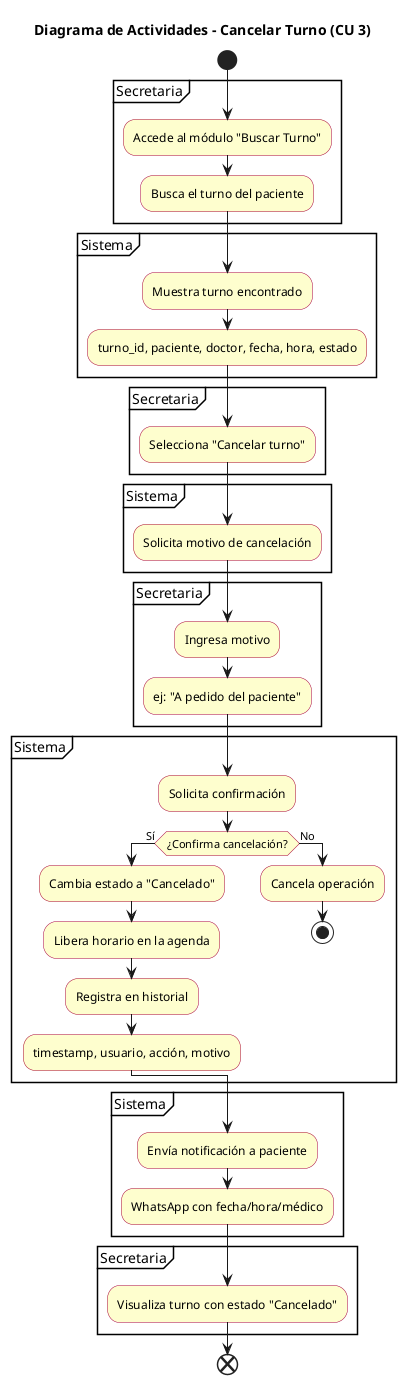
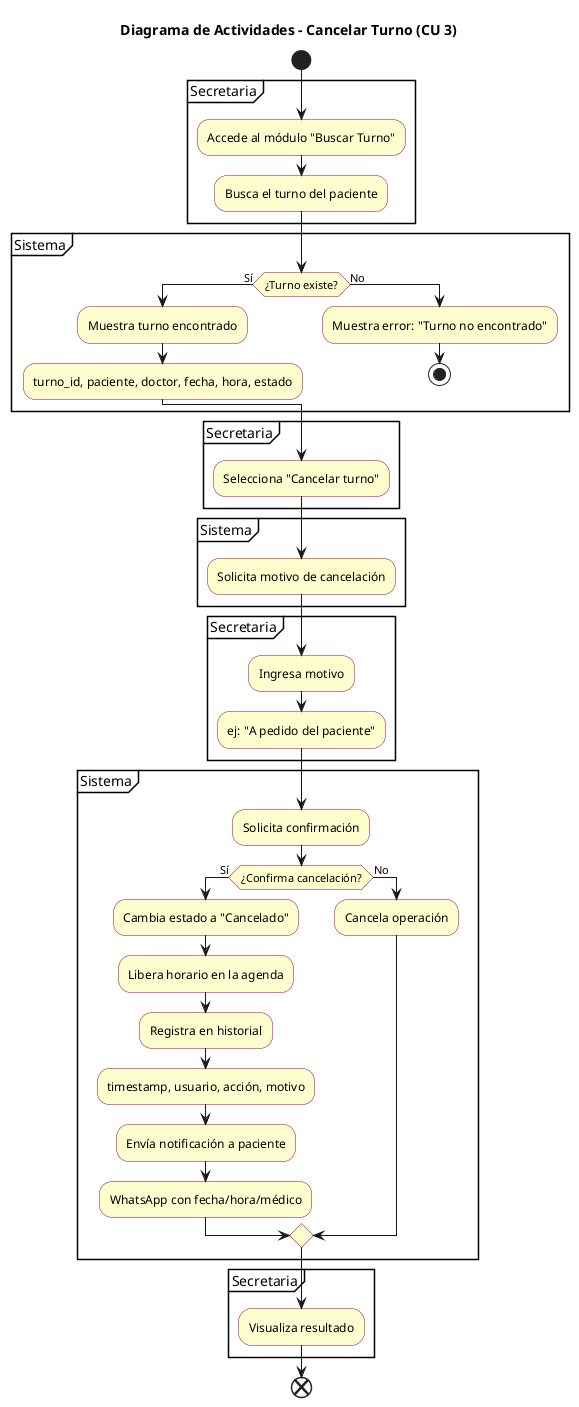
- @startuml 04-actividad-cancelar-turno-caso-uso-03
+ @startuml
title Diagrama de Actividades - Cancelar Turno (CU 3)

skinparam ActivityBackgroundColor #FEFECE
skinparam ActivityBorderColor #A80036
skinparam ActivityFontColor #000000

start
partition Secretaria {
  :Accede al módulo "Buscar Turno";
  :Busca el turno del paciente;
}

partition Sistema {
-   :Muestra turno encontrado;
-   :turno_id, paciente, doctor, fecha, hora, estado;
+   if (¿Turno existe?) then (Sí)
+     :Muestra turno encontrado;
+     :turno_id, paciente, doctor, fecha, hora, estado;
+   else (No)
+     :Muestra error: "Turno no encontrado";
+     stop
+   endif
}

partition Secretaria {
  :Selecciona "Cancelar turno";
}

partition Sistema {
  :Solicita motivo de cancelación;
}

partition Secretaria {
  :Ingresa motivo;
  :ej: "A pedido del paciente";
}

partition Sistema {
  :Solicita confirmación;
  if (¿Confirma cancelación?) then (Sí)
    :Cambia estado a "Cancelado";
    :Libera horario en la agenda;
    :Registra en historial;
    :timestamp, usuario, acción, motivo;
+     :Envía notificación a paciente;
+     :WhatsApp con fecha/hora/médico;
  else (No)
    :Cancela operación;
-     stop
  endif
}

- partition Sistema {
-   :Envía notificación a paciente;
-   :WhatsApp con fecha/hora/médico;
- }
- 
partition Secretaria {
-   :Visualiza turno con estado "Cancelado";
+   :Visualiza resultado;
}

end
@enduml
